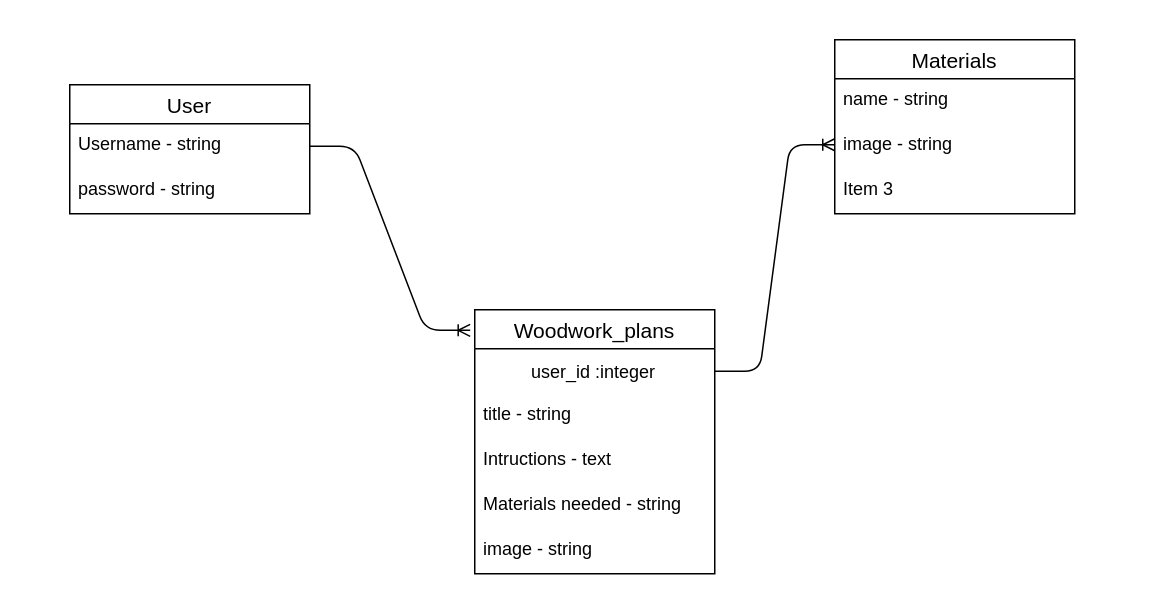
Before: Untitled Diagram.drawio in Reid-Finn/Sinatra_woodwork_now, a draw.io diagram. Source tidied: cells renumbered, new cells numbered last; positions are measured from the earlier drawing's top-left corner, leaving out a move shared by most shapes. Both pictures are drawn from the tidied source at 150%, with x=0, y=0 at pixel (69, 39).
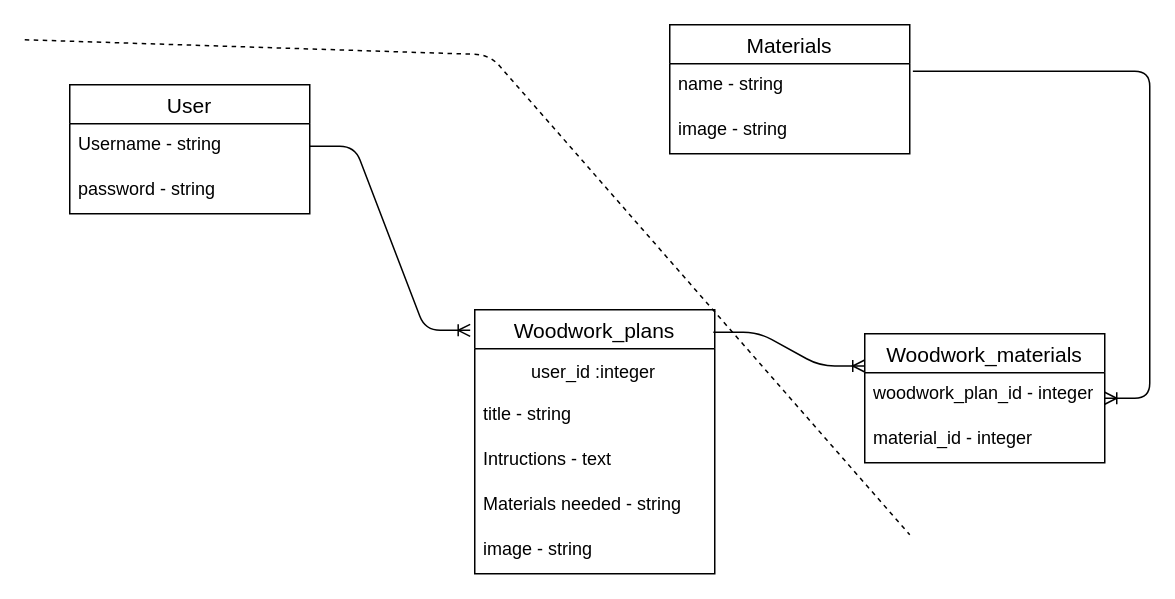
After the change.

Commit message:
above requirements plan

Unchanged cells that the change refers to:
```xml
<mxCell id="5" value="Woodwork_plans" style="swimlane;fontStyle=0;horizontal=1;startSize=26;align=center;fontSize=14;" parent="1" vertex="1">
  <mxGeometry x="270" y="180" width="160" height="176" as="geometry" />
</mxCell>
<mxCell id="7" style="shape=partialRectangle;fillColor=none;top=0;left=0;bottom=0;right=0;points=[[0,0.5],[1,0.5]];portConstraint=eastwest;" parent="6" vertex="1">
  <mxGeometry width="160" height="30" as="geometry" />
</mxCell>
<mxCell id="15" value="name - string" style="text;spacingLeft=4;spacingRight=4;overflow=hidden;points=[[0,0.5],[1,0.5]];portConstraint=eastwest;fontSize=12;" parent="14" vertex="1">
  <mxGeometry y="26" width="160" height="30" as="geometry" />
</mxCell>
```

Diff of the diagram source:
```diff
@@
     <mxCell id="14" value="Materials" style="swimlane;fontStyle=0;horizontal=1;startSize=26;align=center;fontSize=14;" parent="1" vertex="1">
-      <mxGeometry x="510" width="160" height="116" as="geometry" />
+      <mxGeometry x="400" y="-10" width="160" height="86" as="geometry" />
     </mxCell>
@@
-    <mxCell id="17" value="Item 3" style="text;strokeColor=none;fillColor=none;spacingLeft=4;spacingRight=4;overflow=hidden;fontSize=12;" parent="14" vertex="1">
-      <mxGeometry y="86" width="160" height="30" as="geometry" />
-    </mxCell>
@@
-    <mxCell id="19" style="edgeStyle=entityRelationEdgeStyle;fontSize=12;html=1;endArrow=ERoneToMany;exitX=1;exitY=0.5;exitDx=0;exitDy=0;" parent="1" edge="1" source="7">
-      <mxGeometry relative="1" as="geometry">
-        <mxPoint x="510" y="70" as="targetPoint" />
-      </mxGeometry>
-    </mxCell>
+    <mxCell id="20" value="Woodwork_materials" style="swimlane;fontStyle=0;horizontal=1;startSize=26;align=center;fontSize=14;" parent="1" vertex="1">
+      <mxGeometry x="530" y="196" width="160" height="86" as="geometry" />
+    </mxCell>
+    <mxCell id="21" value="woodwork_plan_id - integer" style="text;strokeColor=none;fillColor=none;spacingLeft=4;spacingRight=4;overflow=hidden;fontSize=12;" parent="20" vertex="1">
+      <mxGeometry y="26" width="160" height="30" as="geometry" />
+    </mxCell>
+    <mxCell id="22" value="material_id - integer" style="text;strokeColor=none;fillColor=none;spacingLeft=4;spacingRight=4;overflow=hidden;fontSize=12;" parent="20" vertex="1">
+      <mxGeometry y="56" width="160" height="30" as="geometry" />
+    </mxCell>
+    <mxCell id="23" style="edgeStyle=entityRelationEdgeStyle;fontSize=12;html=1;endArrow=ERoneToMany;exitX=0.994;exitY=0.085;exitDx=0;exitDy=0;exitPerimeter=0;entryX=0;entryY=0.25;entryDx=0;entryDy=0;" parent="1" edge="1" source="5" target="20">
+      <mxGeometry relative="1" as="geometry" />
+    </mxCell>
+    <mxCell id="24" style="edgeStyle=entityRelationEdgeStyle;fontSize=12;html=1;endArrow=ERoneToMany;exitX=1.013;exitY=0.167;exitDx=0;exitDy=0;exitPerimeter=0;" parent="1" edge="1" source="15" target="20">
+      <mxGeometry relative="1" as="geometry" />
+    </mxCell>
+    <mxCell id="25" style="endArrow=none;dashed=1;html=1;" parent="1" edge="1">
+      <mxGeometry relative="1" as="geometry">
+        <mxPoint x="-30" as="sourcePoint" />
+        <mxPoint x="560" y="330" as="targetPoint" />
+        <Array as="points">
+          <mxPoint x="280" y="10" />
+        </Array>
+      </mxGeometry>
+    </mxCell>
```
